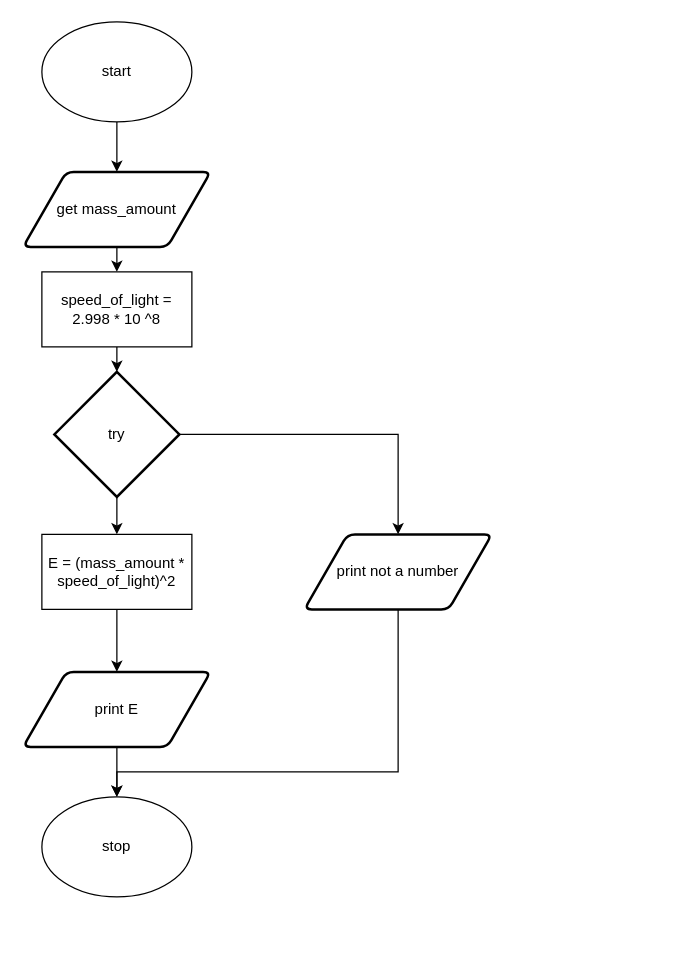
This is flow.drawio from devin-jhu/ics4u-unit2-06-typescript, a draw.io file, before an edit. Source tidied: cells renumbered, new cells numbered last; positions are measured from the earlier drawing's top-left corner, leaving out a move shared by most shapes. Both pictures are drawn from the tidied source at 125%, with x=0, y=0 at pixel (22, 21).
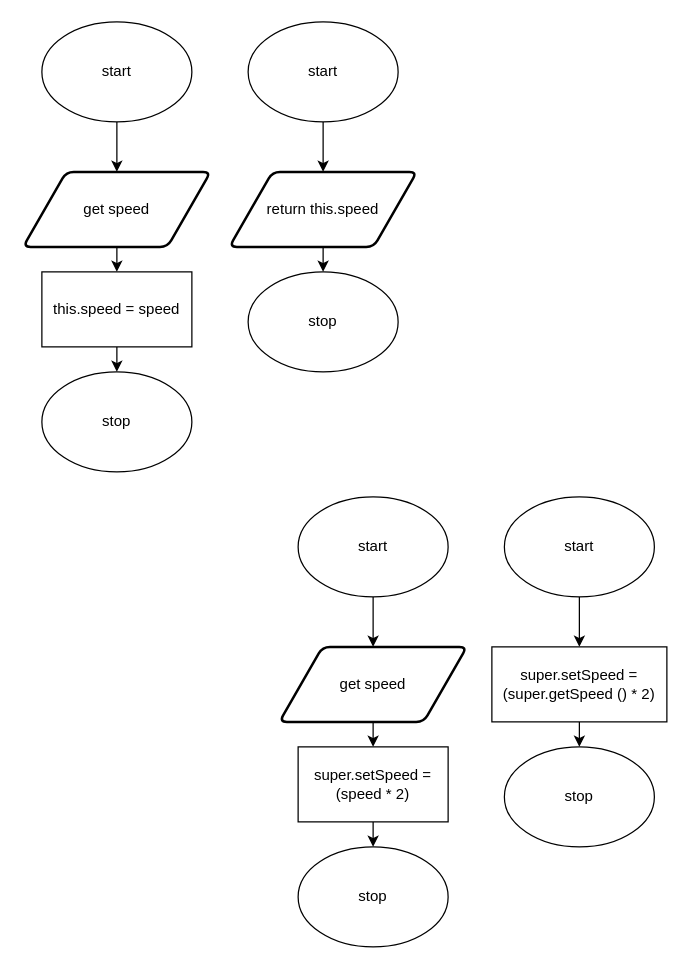
After the change.

Diff of the diagram source:
```diff
@@
     <mxCell id="4" value="stop" style="ellipse;whiteSpace=wrap;html=1;" parent="1" vertex="1">
-      <mxGeometry x="15" y="620" width="120" height="80" as="geometry" />
+      <mxGeometry x="15" y="280" width="120" height="80" as="geometry" />
     </mxCell>
@@
-    <mxCell id="6" value="get mass_amount" style="shape=parallelogram;html=1;strokeWidth=2;perimeter=parallelogramPerimeter;whiteSpace=wrap;rounded=1;arcSize=12;size=0.23;" parent="1" vertex="1">
+    <mxCell id="6" value="get speed" style="shape=parallelogram;html=1;strokeWidth=2;perimeter=parallelogramPerimeter;whiteSpace=wrap;rounded=1;arcSize=12;size=0.23;" parent="1" vertex="1">
       <mxGeometry y="120" width="150" height="60" as="geometry" />
     </mxCell>
-    <mxCell id="7" style="edgeStyle=orthogonalEdgeStyle;html=1;exitX=1;exitY=0.5;exitDx=0;exitDy=0;exitPerimeter=0;entryX=0.5;entryY=0;entryDx=0;entryDy=0;rounded=0;" parent="1" edge="1" source="9" target="17">
-      <mxGeometry relative="1" as="geometry" />
-    </mxCell>
-    <mxCell id="8" style="edgeStyle=orthogonalEdgeStyle;shape=connector;rounded=0;html=1;exitX=0.5;exitY=1;exitDx=0;exitDy=0;exitPerimeter=0;entryX=0.5;entryY=0;entryDx=0;entryDy=0;labelBackgroundColor=default;fontFamily=Helvetica;fontSize=11;fontColor=default;endArrow=classic;strokeColor=default;" parent="1" edge="1" source="9" target="13">
-      <mxGeometry relative="1" as="geometry" />
-    </mxCell>
-    <mxCell id="9" value="try" style="strokeWidth=2;html=1;shape=mxgraph.flowchart.decision;whiteSpace=wrap;" parent="1" vertex="1">
-      <mxGeometry x="25" y="280" width="100" height="100" as="geometry" />
-    </mxCell>
-    <mxCell id="10" style="edgeStyle=none;html=1;exitX=0.5;exitY=1;exitDx=0;exitDy=0;entryX=0.5;entryY=0;entryDx=0;entryDy=0;entryPerimeter=0;" parent="1" edge="1" source="11" target="9">
-      <mxGeometry relative="1" as="geometry" />
+    <mxCell id="10" style="edgeStyle=none;html=1;exitX=0.5;exitY=1;exitDx=0;exitDy=0;entryX=0.5;entryY=0;entryDx=0;entryDy=0;entryPerimeter=0;" parent="1" edge="1" source="11">
+      <mxGeometry relative="1" as="geometry">
+        <mxPoint x="75" y="280" as="targetPoint" />
+      </mxGeometry>
     </mxCell>
-    <mxCell id="11" value="speed_of_light = 2.998 * 10 ^8" style="rounded=0;whiteSpace=wrap;html=1;" parent="1" vertex="1">
+    <mxCell id="11" value="this.speed = speed" style="rounded=0;whiteSpace=wrap;html=1;" parent="1" vertex="1">
       <mxGeometry x="15" y="200" width="120" height="60" as="geometry" />
     </mxCell>
-    <mxCell id="12" style="edgeStyle=orthogonalEdgeStyle;shape=connector;rounded=0;html=1;exitX=0.5;exitY=1;exitDx=0;exitDy=0;labelBackgroundColor=default;fontFamily=Helvetica;fontSize=11;fontColor=default;endArrow=classic;strokeColor=default;" parent="1" edge="1" source="13" target="15">
-      <mxGeometry relative="1" as="geometry" />
-    </mxCell>
-    <mxCell id="13" value="E = (mass_amount * speed_of_light)^2" style="rounded=0;whiteSpace=wrap;html=1;" parent="1" vertex="1">
-      <mxGeometry x="15" y="410" width="120" height="60" as="geometry" />
-    </mxCell>
-    <mxCell id="14" style="edgeStyle=orthogonalEdgeStyle;shape=connector;rounded=0;html=1;exitX=0.5;exitY=1;exitDx=0;exitDy=0;labelBackgroundColor=default;fontFamily=Helvetica;fontSize=11;fontColor=default;endArrow=classic;strokeColor=default;" parent="1" edge="1" source="15">
-      <mxGeometry relative="1" as="geometry">
-        <mxPoint x="75" y="620" as="targetPoint" />
-      </mxGeometry>
-    </mxCell>
-    <mxCell id="15" value="print E" style="shape=parallelogram;html=1;strokeWidth=2;perimeter=parallelogramPerimeter;whiteSpace=wrap;rounded=1;arcSize=12;size=0.23;" parent="1" vertex="1">
-      <mxGeometry y="520" width="150" height="60" as="geometry" />
-    </mxCell>
-    <mxCell id="16" style="edgeStyle=orthogonalEdgeStyle;shape=connector;rounded=0;html=1;exitX=0.5;exitY=1;exitDx=0;exitDy=0;labelBackgroundColor=default;fontFamily=Helvetica;fontSize=11;fontColor=default;endArrow=classic;strokeColor=default;" parent="1" edge="1" source="17" target="4">
-      <mxGeometry relative="1" as="geometry">
-        <Array as="points">
-          <mxPoint x="300" y="600" />
-          <mxPoint x="75" y="600" />
-        </Array>
-      </mxGeometry>
-    </mxCell>
-    <mxCell id="17" value="print not a number" style="shape=parallelogram;html=1;strokeWidth=2;perimeter=parallelogramPerimeter;whiteSpace=wrap;rounded=1;arcSize=12;size=0.23;" parent="1" vertex="1">
-      <mxGeometry x="225" y="410" width="150" height="60" as="geometry" />
-    </mxCell>
+    <mxCell id="18" style="edgeStyle=none;html=1;exitX=0.5;exitY=1;exitDx=0;exitDy=0;entryX=0.5;entryY=0;entryDx=0;entryDy=0;" parent="1" edge="1" source="19" target="22">
+      <mxGeometry relative="1" as="geometry" />
+    </mxCell>
+    <mxCell id="19" value="start" style="ellipse;whiteSpace=wrap;html=1;" parent="1" vertex="1">
+      <mxGeometry x="180" width="120" height="80" as="geometry" />
+    </mxCell>
+    <mxCell id="20" value="stop" style="ellipse;whiteSpace=wrap;html=1;" parent="1" vertex="1">
+      <mxGeometry x="180" y="200" width="120" height="80" as="geometry" />
+    </mxCell>
+    <mxCell id="21" style="edgeStyle=none;html=1;exitX=0.5;exitY=1;exitDx=0;exitDy=0;" parent="1" edge="1" source="22">
+      <mxGeometry relative="1" as="geometry">
+        <mxPoint x="240" y="200" as="targetPoint" />
+      </mxGeometry>
+    </mxCell>
+    <mxCell id="22" value="return this.speed" style="shape=parallelogram;html=1;strokeWidth=2;perimeter=parallelogramPerimeter;whiteSpace=wrap;rounded=1;arcSize=12;size=0.23;" parent="1" vertex="1">
+      <mxGeometry x="165" y="120" width="150" height="60" as="geometry" />
+    </mxCell>
+    <mxCell id="23" style="edgeStyle=none;html=1;exitX=0.5;exitY=1;exitDx=0;exitDy=0;entryX=0.5;entryY=0;entryDx=0;entryDy=0;" parent="1" edge="1" source="24" target="27">
+      <mxGeometry relative="1" as="geometry" />
+    </mxCell>
+    <mxCell id="24" value="start" style="ellipse;whiteSpace=wrap;html=1;" parent="1" vertex="1">
+      <mxGeometry x="220" y="380" width="120" height="80" as="geometry" />
+    </mxCell>
+    <mxCell id="25" value="stop" style="ellipse;whiteSpace=wrap;html=1;" parent="1" vertex="1">
+      <mxGeometry x="220" y="660" width="120" height="80" as="geometry" />
+    </mxCell>
+    <mxCell id="26" style="edgeStyle=none;html=1;exitX=0.5;exitY=1;exitDx=0;exitDy=0;" parent="1" edge="1" source="27" target="29">
+      <mxGeometry relative="1" as="geometry" />
+    </mxCell>
+    <mxCell id="27" value="get speed" style="shape=parallelogram;html=1;strokeWidth=2;perimeter=parallelogramPerimeter;whiteSpace=wrap;rounded=1;arcSize=12;size=0.23;" parent="1" vertex="1">
+      <mxGeometry x="205" y="500" width="150" height="60" as="geometry" />
+    </mxCell>
+    <mxCell id="28" style="edgeStyle=none;html=1;exitX=0.5;exitY=1;exitDx=0;exitDy=0;entryX=0.5;entryY=0;entryDx=0;entryDy=0;entryPerimeter=0;" parent="1" edge="1" source="29">
+      <mxGeometry relative="1" as="geometry">
+        <mxPoint x="280" y="660" as="targetPoint" />
+      </mxGeometry>
+    </mxCell>
+    <mxCell id="29" value="super.setSpeed = (speed * 2)" style="rounded=0;whiteSpace=wrap;html=1;" parent="1" vertex="1">
+      <mxGeometry x="220" y="580" width="120" height="60" as="geometry" />
+    </mxCell>
+    <mxCell id="30" style="edgeStyle=none;html=1;exitX=0.5;exitY=1;exitDx=0;exitDy=0;entryX=0.5;entryY=0;entryDx=0;entryDy=0;" parent="1" edge="1" source="31">
+      <mxGeometry relative="1" as="geometry">
+        <mxPoint x="445" y="500" as="targetPoint" />
+      </mxGeometry>
+    </mxCell>
+    <mxCell id="31" value="start" style="ellipse;whiteSpace=wrap;html=1;" parent="1" vertex="1">
+      <mxGeometry x="385" y="380" width="120" height="80" as="geometry" />
+    </mxCell>
+    <mxCell id="32" value="stop" style="ellipse;whiteSpace=wrap;html=1;" parent="1" vertex="1">
+      <mxGeometry x="385" y="580" width="120" height="80" as="geometry" />
+    </mxCell>
+    <mxCell id="33" style="edgeStyle=none;html=1;exitX=0.5;exitY=1;exitDx=0;exitDy=0;" parent="1" edge="1">
+      <mxGeometry relative="1" as="geometry">
+        <mxPoint x="445" y="560" as="sourcePoint" />
+        <mxPoint x="445" y="580" as="targetPoint" />
+      </mxGeometry>
+    </mxCell>
+    <mxCell id="34" value="super.setSpeed = (super.getSpeed () * 2)" style="rounded=0;whiteSpace=wrap;html=1;" parent="1" vertex="1">
+      <mxGeometry x="375" y="500" width="140" height="60" as="geometry" />
+    </mxCell>
```
